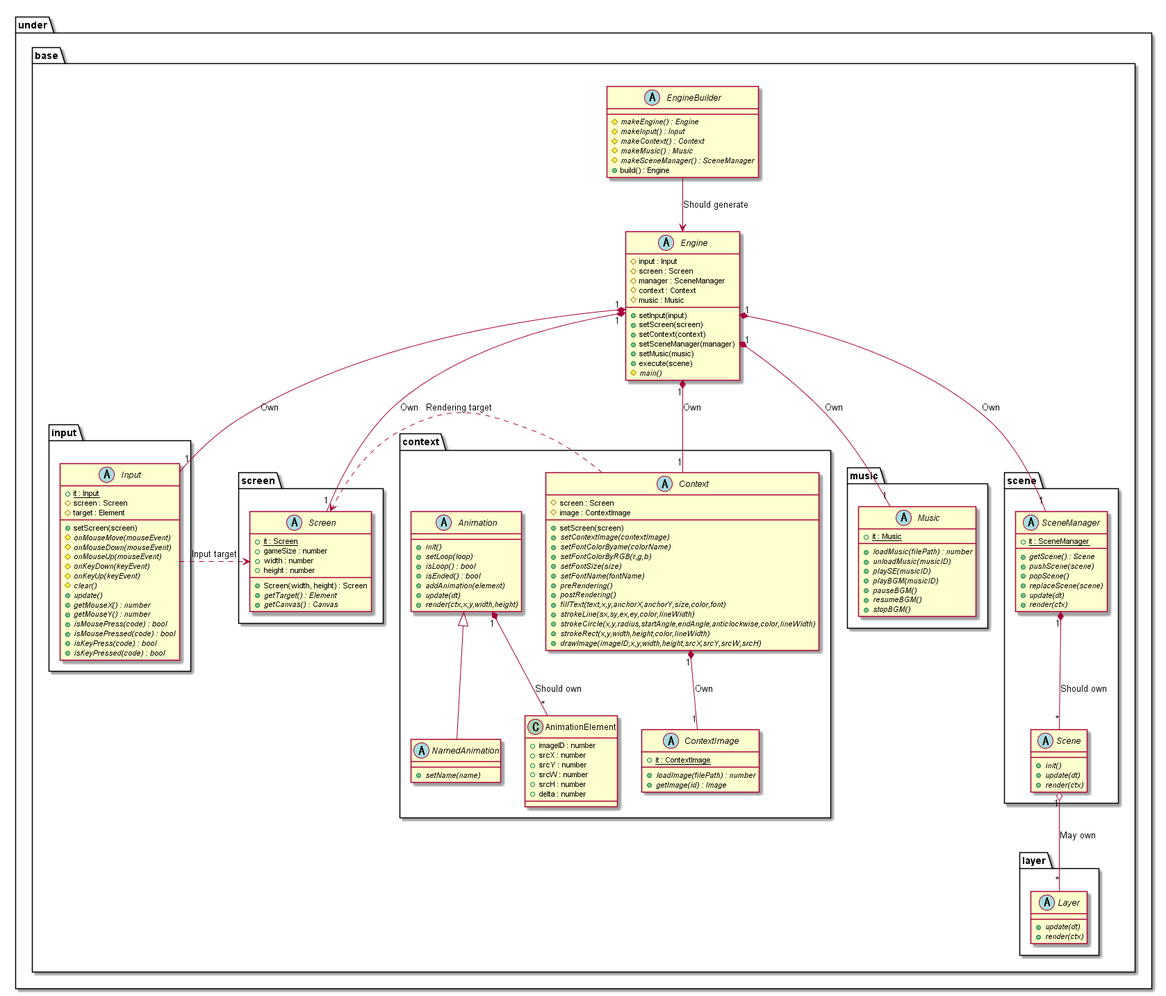
Earlier version of the PlantUML export out/uml/gamebase/Base/GameBaseBase.png (Expine/Under). Source of this version:
```plantuml
@startuml GameBaseBase

package under {
    package base {
        abstract EngineBuilder {
            {abstract} #makeEngine() : Engine
            {abstract} #makeInput() : Input
            {abstract} #makeContext() : Context
            {abstract} #makeMusic() : Music
            {abstract} #makeSceneManager() : SceneManager
            +build() : Engine
        }
        abstract Engine {
            #input : Input
            #screen : Screen
            #manager : SceneManager
            #context : Context
            #music : Music
            +setInput(input)
            +setScreen(screen)
            +setContext(context)
            +setSceneManager(manager)
            +setMusic(music)
            +execute(scene)
            {abstract} #main()
        }

        package input {
            abstract Input {
                {static} +it : Input
                #screen : Screen
                #target : Element
                +setScreen(screen)
                {abstract} #onMouseMove(mouseEvent)
                {abstract} #onMouseDown(mouseEvent)
                {abstract} #onMouseUp(mouseEvent)
                {abstract} #onKeyDown(keyEvent)
                {abstract} #onKeyUp(keyEvent)
                {abstract} #clear()
                {abstract} +update()
                {abstract} +getMouseX() : number
                {abstract} +getMouseY() : number
                {abstract} +isMousePress(code) : bool
                {abstract} +isMousePressed(code) : bool
                {abstract} +isKeyPress(code) : bool
                {abstract} +isKeyPressed(code) : bool
            }
        }

        package screen {
            abstract Screen {
                +Screen(width, height) : Screen
                {static} +it : Screen
                +gameSize : number
                +width : number
                +height : number
                {abstract} +getTarget() : Element
                {abstract} +getCanvas() : Canvas
            }
        }

        package music {
            abstract Music {
                {static} +it : Music
                {abstract} +loadMusic(filePath) : number
                {abstract} +unloadMusic(musicID)
                {abstract} +playSE(musicID)
                {abstract} +playBGM(musicID)
                {abstract} +pauseBGM()
                {abstract} +resumeBGM()
                {abstract} +stopBGM()
            }
        }

        package context {
            abstract Context {
                #screen : Screen
                #image : ContextImage
                +setScreen(screen)
                {abstract} +setContextImage(contextImage)
                {abstract} +setFontColorByame(colorName)
                {abstract} +setFontColorByRGB(r,g,b)
                {abstract} +setFontSize(size)
                {abstract} +setFontName(fontName)
                {abstract} +preRendering()
                {abstract} +postRendering()
                {abstract} +fillText(text,x,y,anchorX,anchorY,size,color,font)
                {abstract} +strokeLine(sx,sy,ex,ey,color,lineWidth)
                {abstract} +strokeCircle(x,y,radius,startAngle,endAngle,anticlockwise,color,lineWidth)
                {abstract} +strokeRect(x,y,width,height,color,lineWidth)
                {abstract} +drawImage(imageID,x,y,width,height,srcX,srcY,srcW,srcH)
            }
            abstract ContextImage {
                {static} +it : ContextImage
                {abstract} +loadImage(filePath) : number
                {abstract} +getImage(id) : Image
            }

            abstract Animation {
                {abstract} +init()
                {abstract} +setLoop(loop)
                {abstract} +isLoop() : bool
                {abstract} +isEnded() : bool
                {abstract} +addAnimation(element)
                {abstract} +update(dt)
                {abstract} +render(ctx,x,y,width,height)
            }
            abstract NamedAnimation {
                {abstract} +setName(name)
            }
            class AnimationElement {
                +imageID : number
                +srcX : number
                +srcY : number
                +srcW : number
                +srcH : number
                +delta : number
            }
        }

        package scene {
            abstract SceneManager {
                {static} +it : SceneManager
                {abstract} +getScene() : Scene
                {abstract} +pushScene(scene)
                {abstract} +popScene()
                {abstract} +replaceScene(scene)
                {abstract} +update(dt)
                {abstract} +render(ctx)
            }
            abstract Scene {
                {abstract} +init()
                {abstract} +update(dt)
                {abstract} +render(ctx)
            }
        }

        package layer {
            abstract Layer {
                {abstract} +update(dt)
                {abstract} +render(ctx)
            }
        }
    }
}

EngineBuilder --> Engine : Should generate
Engine "1"*-- "1" Screen : Own
Engine "1"*-- "1" Input : Own
Engine "1"*-- "1" SceneManager : Own
Engine "1"*-- "1" Context : Own
Engine "1"*-- "1" Music : Own

Input .> Screen : Input target
Context .> Screen : Rendering target

SceneManager "1"*--"*" Scene : Should own
Scene "1" o--"*" Layer : May own
Context "1"*--"1" ContextImage : Own

Animation "1"*--"*"AnimationElement : Should own

Animation <|-- NamedAnimation

@enduml
```
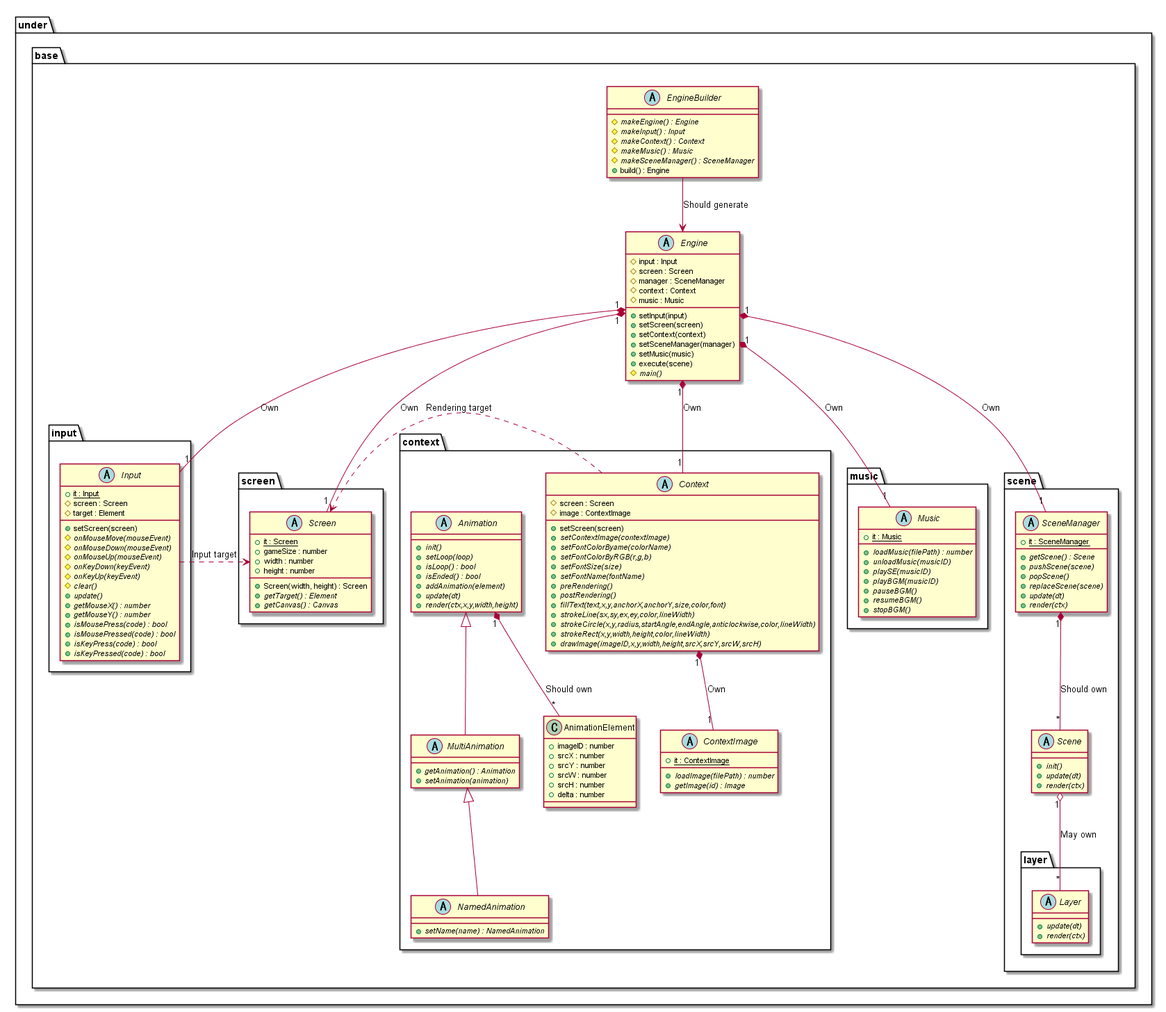
Above is the later version.

Diff of the diagram source:
```diff
@@ -105,8 +105,12 @@
                 {abstract} +update(dt)
                 {abstract} +render(ctx,x,y,width,height)
             }
+            abstract MultiAnimation {
+                {abstract} +getAnimation() : Animation
+                {abstract} +setAnimation(animation)
+            }
             abstract NamedAnimation {
-                {abstract} +setName(name)
+                {abstract} +setName(name) : NamedAnimation
             }
             class AnimationElement {
                 +imageID : number
@@ -133,12 +137,12 @@
                 {abstract} +update(dt)
                 {abstract} +render(ctx)
             }
-        }
 
-        package layer {
-            abstract Layer {
-                {abstract} +update(dt)
-                {abstract} +render(ctx)
+            package layer {
+                abstract Layer {
+                    {abstract} +update(dt)
+                    {abstract} +render(ctx)
+                }
             }
         }
     }
@@ -160,6 +164,7 @@
 
 Animation "1"*--"*"AnimationElement : Should own
 
-Animation <|-- NamedAnimation
+Animation <|-- MultiAnimation
+MultiAnimation <|-- NamedAnimation
 
 @enduml
```
